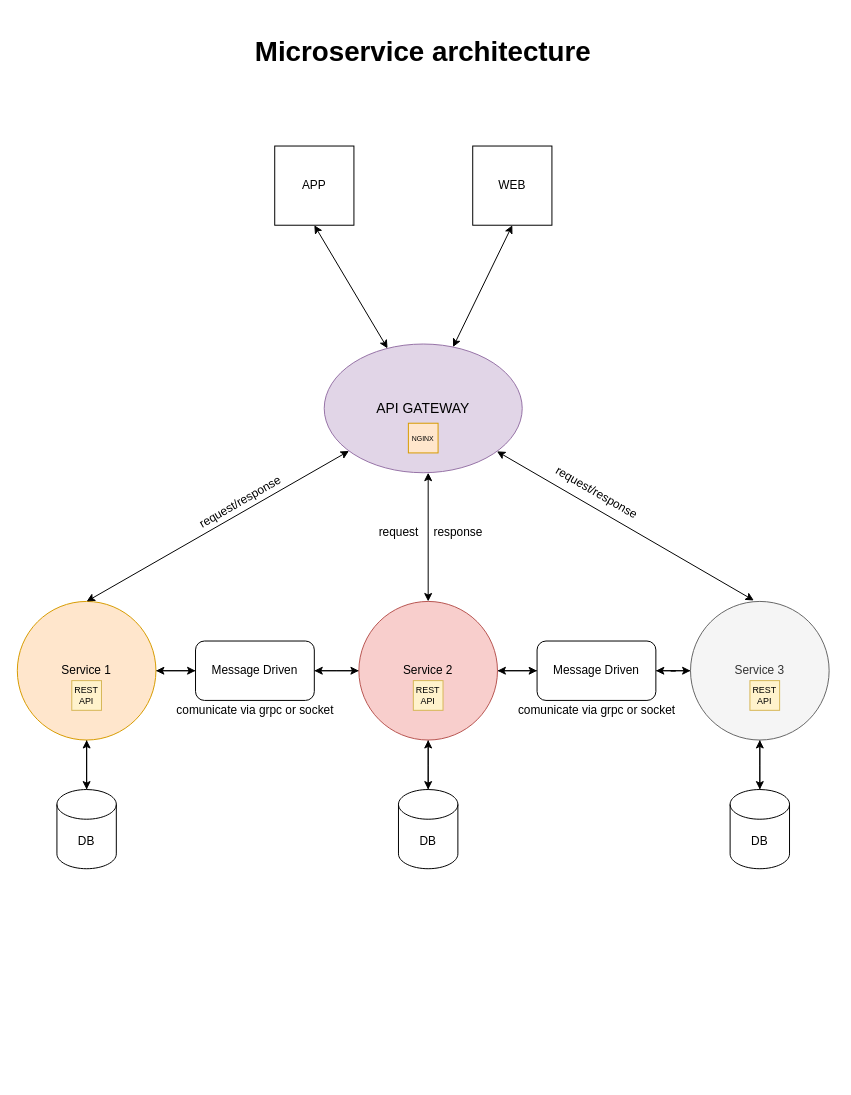
Before: Untitled Diagram.drawio in davidkern13/Microservices-Architecture, a draw.io diagram. Source tidied: cells renumbered, new cells numbered last; positions are measured from the earlier drawing's top-left corner, leaving out a move shared by most shapes. Both pictures are drawn from the tidied source at 99%, with x=0, y=0 at pixel (17, 27).
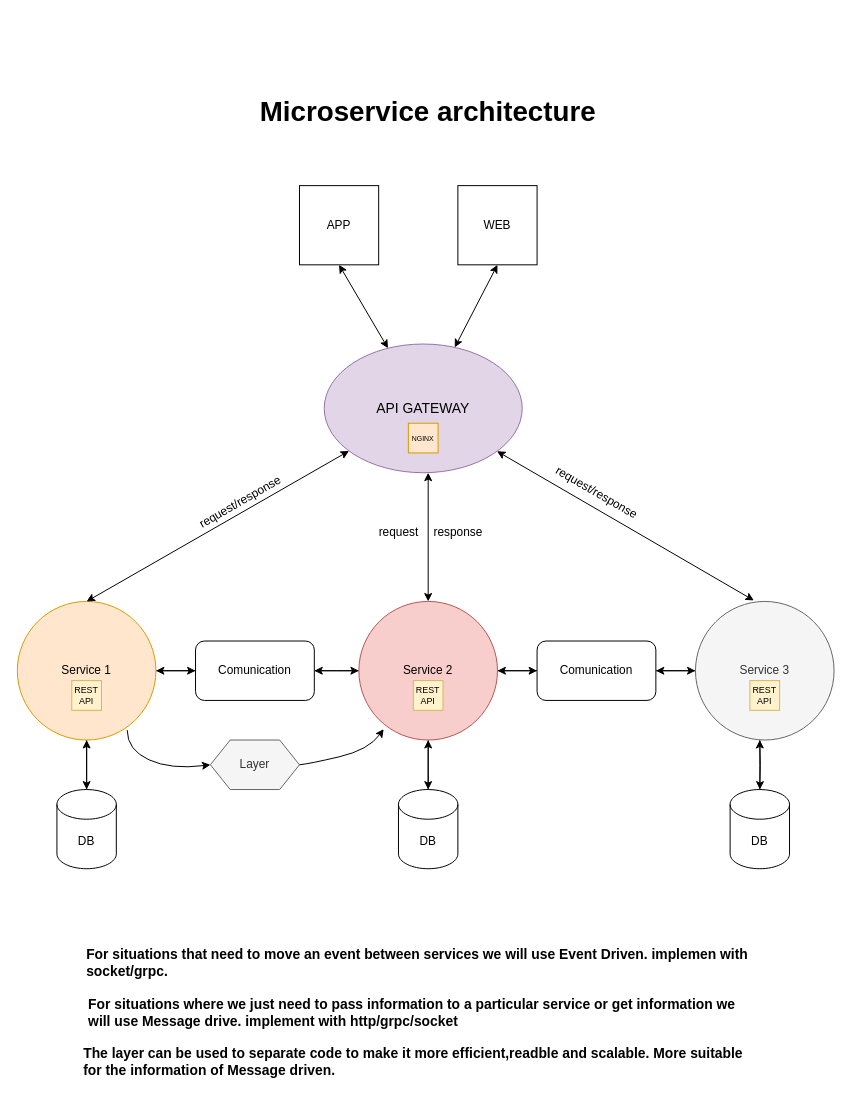
After the change.

The change refers to these unchanged cells:
```xml
<mxCell id="8" value="&lt;span&gt;Service 2&lt;/span&gt;" style="ellipse;whiteSpace=wrap;html=1;fillColor=#f8cecc;strokeColor=#b85450;" parent="1" vertex="1">
  <mxGeometry x="345" y="580" width="140" height="140" as="geometry" />
</mxCell>
<mxCell id="21" value="&lt;font style=&quot;font-size: 14px&quot;&gt;API GATEWAY&lt;/font&gt;" style="ellipse;whiteSpace=wrap;html=1;fillColor=#e1d5e7;strokeColor=#9673a6;" parent="1" vertex="1">
  <mxGeometry x="310" y="320" width="200" height="130" as="geometry" />
</mxCell>
<mxCell id="28" value="DB" style="shape=cylinder3;whiteSpace=wrap;html=1;boundedLbl=1;backgroundOutline=1;size=15;" parent="1" vertex="1">
  <mxGeometry x="720" y="770" width="60" height="80" as="geometry" />
</mxCell>
```

What changed in the source:
```diff
@@
+    <mxCell id="10" style="edgeStyle=orthogonalEdgeStyle;rounded=0;jettySize=auto;html=1;" parent="1" edge="1" target="28">
+      <mxGeometry relative="1" as="geometry">
+        <mxPoint x="750" y="720" as="sourcePoint" />
+      </mxGeometry>
+    </mxCell>
-    <mxCell id="9" style="edgeStyle=orthogonalEdgeStyle;rounded=0;jettySize=auto;html=1;" parent="1" edge="1" source="11" target="26">
+    <mxCell id="9" style="edgeStyle=orthogonalEdgeStyle;rounded=0;jettySize=auto;html=1;fontSize=14;" parent="1" edge="1" source="11" target="26">
       <mxGeometry relative="1" as="geometry" />
     </mxCell>
-    <mxCell id="10" style="edgeStyle=orthogonalEdgeStyle;rounded=0;jettySize=auto;html=1;" parent="1" edge="1" source="11" target="28">
-      <mxGeometry relative="1" as="geometry" />
-    </mxCell>
     <mxCell id="11" value="&lt;span&gt;Service 3&lt;/span&gt;" style="ellipse;whiteSpace=wrap;html=1;fillColor=#f5f5f5;strokeColor=#666666;fontColor=#333333;" parent="1" vertex="1">
-      <mxGeometry x="680" y="580" width="140" height="140" as="geometry" />
+      <mxGeometry x="685" y="580" width="140" height="140" as="geometry" />
     </mxCell>
@@
-    <mxCell id="14" value="comunicate via grpc or socket&lt;br&gt;" style="text;html=1;align=center;verticalAlign=middle;strokeColor=none;fillColor=none;" parent="1" vertex="1">
-      <mxGeometry x="155" y="680" width="170" height="20" as="geometry" />
-    </mxCell>
-    <mxCell id="15" value="comunicate via grpc or socket&lt;br&gt;" style="text;html=1;align=center;verticalAlign=middle;strokeColor=none;fillColor=none;" parent="1" vertex="1">
-      <mxGeometry x="500" y="680" width="170" height="20" as="geometry" />
-    </mxCell>
     <mxCell id="16" value="APP" style="whiteSpace=wrap;html=1;" parent="1" vertex="1">
-      <mxGeometry x="260" y="120" width="80" height="80" as="geometry" />
+      <mxGeometry x="285" y="160" width="80" height="80" as="geometry" />
     </mxCell>
     <mxCell id="17" value="WEB" style="whiteSpace=wrap;html=1;" parent="1" vertex="1">
-      <mxGeometry x="460" y="120" width="80" height="80" as="geometry" />
+      <mxGeometry x="445" y="160" width="80" height="80" as="geometry" />
     </mxCell>
@@
-    <mxCell id="20" value="Message Driven" style="rounded=1;whiteSpace=wrap;html=1;" parent="1" vertex="1">
+    <mxCell id="20" value="Comunication" style="rounded=1;whiteSpace=wrap;html=1;" parent="1" vertex="1">
       <mxGeometry x="180" y="620" width="120" height="60" as="geometry" />
     </mxCell>
@@
-    <mxCell id="25" style="edgeStyle=orthogonalEdgeStyle;rounded=0;jettySize=auto;html=1;entryX=0;entryY=0.5;entryDx=0;entryDy=0;" parent="1" edge="1" source="26" target="11">
+    <mxCell id="25" style="edgeStyle=orthogonalEdgeStyle;rounded=0;jettySize=auto;html=1;entryX=0;entryY=0.5;entryDx=0;entryDy=0;fontSize=14;" parent="1" edge="1" source="26" target="11">
       <mxGeometry relative="1" as="geometry" />
     </mxCell>
-    <mxCell id="26" value="Message Driven" style="rounded=1;whiteSpace=wrap;html=1;" parent="1" vertex="1">
+    <mxCell id="26" value="Comunication" style="rounded=1;whiteSpace=wrap;html=1;" parent="1" vertex="1">
       <mxGeometry x="525" y="620" width="120" height="60" as="geometry" />
     </mxCell>
@@
-    <mxCell id="33" style="endArrow=classic;startArrow=classic;html=1;rounded=0;exitX=0.457;exitY=-0.007;exitDx=0;exitDy=0;exitPerimeter=0;" parent="1" edge="1" source="11" target="21">
-      <mxGeometry relative="1" as="geometry" />
+    <mxCell id="33" style="endArrow=classic;startArrow=classic;html=1;rounded=0;exitX=0.457;exitY=-0.007;exitDx=0;exitDy=0;exitPerimeter=0;" parent="1" edge="1" target="21">
+      <mxGeometry relative="1" as="geometry">
+        <mxPoint x="744" y="579" as="sourcePoint" />
+      </mxGeometry>
     </mxCell>
@@
     <mxCell id="42" value="&lt;h1&gt;Microservice architecture&lt;/h1&gt;&lt;h1&gt;&lt;br&gt;&lt;/h1&gt;" style="text;html=1;strokeColor=none;fillColor=none;spacing=5;spacingTop=-20;whiteSpace=wrap;overflow=hidden;rounded=0;fontSize=14;align=center;" parent="1" vertex="1">
-      <mxGeometry x="155" width="510" height="50" as="geometry" />
+      <mxGeometry x="160" y="60" width="510" height="50" as="geometry" />
     </mxCell>
+    <mxCell id="43" value="&lt;font style=&quot;font-size: 14px&quot;&gt;&lt;b&gt;For situations that need to move an event between services we will use Event Driven. implemen with socket/grpc.&lt;/b&gt;&lt;/font&gt;" style="text;html=1;strokeColor=none;fillColor=none;align=left;verticalAlign=middle;whiteSpace=wrap;rounded=0;" parent="1" vertex="1">
+      <mxGeometry x="67.5" y="930" width="720" height="30" as="geometry" />
+    </mxCell>
+    <mxCell id="44" value="&lt;font style=&quot;font-size: 14px&quot;&gt;&lt;b&gt;For situations where we just need to pass information to a particular service or get information we will use Message drive. implement with http/grpc/socket&lt;/b&gt;&lt;/font&gt;" style="text;html=1;strokeColor=none;fillColor=none;align=left;verticalAlign=middle;whiteSpace=wrap;rounded=0;" parent="1" vertex="1">
+      <mxGeometry x="70" y="980" width="665" height="30" as="geometry" />
+    </mxCell>
+    <mxCell id="45" value="Layer" style="shape=hexagon;perimeter=hexagonPerimeter2;whiteSpace=wrap;html=1;fixedSize=1;fillColor=#f5f5f5;strokeColor=#666666;fontColor=#333333;" parent="1" vertex="1">
+      <mxGeometry x="195" y="720" width="90" height="50" as="geometry" />
+    </mxCell>
+    <mxCell id="46" style="curved=1;endArrow=classic;html=1;rounded=0;entryX=0;entryY=0.5;entryDx=0;entryDy=0;" parent="1" edge="1" target="45">
+      <mxGeometry relative="1" as="geometry">
+        <mxPoint x="111" y="710" as="sourcePoint" />
+        <Array as="points">
+          <mxPoint x="111" y="730" />
+          <mxPoint x="155" y="750" />
+        </Array>
+      </mxGeometry>
+    </mxCell>
+    <mxCell id="47" style="curved=1;endArrow=classic;html=1;rounded=0;exitX=1;exitY=0.5;exitDx=0;exitDy=0;entryX=0.179;entryY=0.921;entryDx=0;entryDy=0;entryPerimeter=0;" parent="1" edge="1" source="45" target="8">
+      <mxGeometry relative="1" as="geometry">
+        <Array as="points">
+          <mxPoint x="295" y="744" />
+          <mxPoint x="355" y="730" />
+        </Array>
+      </mxGeometry>
+    </mxCell>
+    <mxCell id="48" value="&lt;font style=&quot;font-size: 14px&quot;&gt;&lt;b&gt;The layer can be used to separate code to make it more efficient,readble and scalable.&amp;nbsp;More suitable for the information&amp;nbsp;of Message driven.&lt;/b&gt;&lt;/font&gt;" style="text;html=1;strokeColor=none;fillColor=none;align=left;verticalAlign=middle;whiteSpace=wrap;rounded=0;" parent="1" vertex="1">
+      <mxGeometry x="65" y="1030" width="670" height="30" as="geometry" />
+    </mxCell>
```
